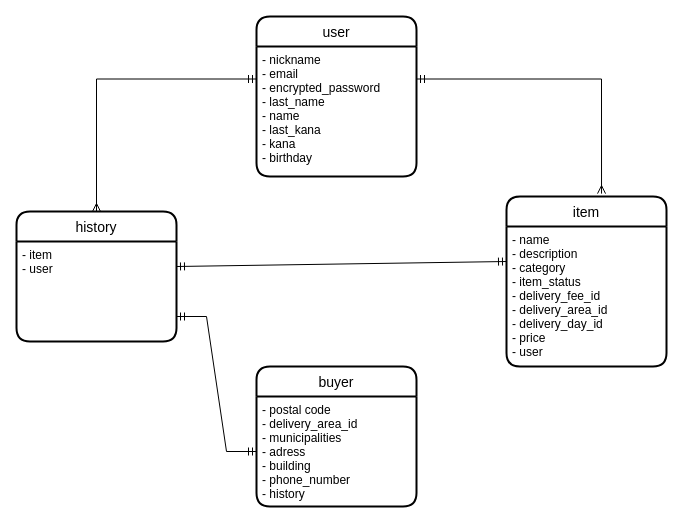
This is furima.dio from tech-kannnari/furima-34414, a draw.io file, before an edit. Source tidied: cells renumbered, new cells numbered last; positions are measured from the earlier drawing's top-left corner, leaving out a move shared by most shapes. Both pictures are drawn from the tidied source at 100%, with x=0, y=0 at pixel (16, 16).
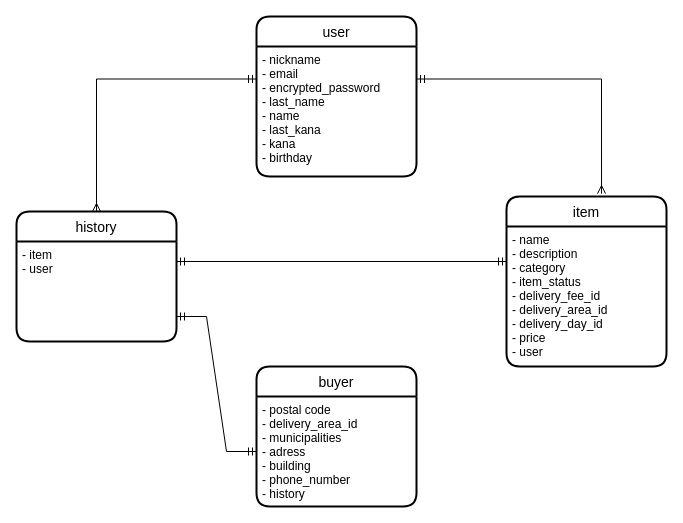
Above is the later version.

Change to the diagram source:
```diff
@@
 <mxGraphModel>
   <root>
     <mxCell id="0" />
     <mxCell id="1" parent="0" />
     <mxCell id="2" value="history" style="swimlane;horizontal=1;startSize=30;rounded=1;fontSize=14;fontStyle=0;strokeWidth=2;shadow=0;dashed=0;align=center;" parent="1" vertex="1">
       <mxGeometry y="195" width="160" height="130" as="geometry" />
     </mxCell>
     <mxCell id="3" value="- item&#10;- user" style="align=left;strokeColor=none;fillColor=none;spacingLeft=4;fontSize=12;verticalAlign=top;" parent="2" vertex="1">
       <mxGeometry y="30" width="160" height="100" as="geometry" />
     </mxCell>
     <mxCell id="4" value="user" style="swimlane;horizontal=1;startSize=30;rounded=1;fontSize=14;fontStyle=0;strokeWidth=2;shadow=0;dashed=0;align=center;" parent="1" vertex="1">
       <mxGeometry x="240" width="160" height="160" as="geometry" />
     </mxCell>
     <mxCell id="5" value="- nickname&#10;- email&#10;- encrypted_password&#10;- last_name&#10;- name&#10;- last_kana&#10;- kana&#10;- birthday" style="align=left;strokeColor=none;fillColor=none;spacingLeft=4;fontSize=12;verticalAlign=top;" parent="4" vertex="1">
       <mxGeometry y="30" width="160" height="130" as="geometry" />
     </mxCell>
     <mxCell id="6" value="item" style="swimlane;horizontal=1;startSize=30;rounded=1;fontSize=14;fontStyle=0;strokeWidth=2;shadow=0;dashed=0;align=center;" parent="1" vertex="1">
       <mxGeometry x="490" y="180" width="160" height="170" as="geometry" />
     </mxCell>
     <mxCell id="7" value="- name&#10;- description&#10;- category&#10;- item_status&#10;- delivery_fee_id&#10;- delivery_area_id&#10;- delivery_day_id&#10;- price&#10;- user" style="align=left;strokeColor=none;fillColor=none;spacingLeft=4;fontSize=12;verticalAlign=top;" parent="6" vertex="1">
       <mxGeometry y="30" width="160" height="140" as="geometry" />
     </mxCell>
     <mxCell id="8" value="buyer" style="swimlane;horizontal=1;startSize=30;rounded=1;fontSize=14;fontStyle=0;strokeWidth=2;shadow=0;dashed=0;align=center;" parent="1" vertex="1">
       <mxGeometry x="240" y="350" width="160" height="140" as="geometry" />
     </mxCell>
     <mxCell id="9" value="- postal code&#10;- delivery_area_id&#10;- municipalities&#10;- adress&#10;- building&#10;- phone_number&#10;- history" style="align=left;strokeColor=none;fillColor=none;spacingLeft=4;fontSize=12;verticalAlign=top;" parent="8" vertex="1">
       <mxGeometry y="30" width="160" height="110" as="geometry" />
     </mxCell>
     <mxCell id="10" style="edgeStyle=entityRelationEdgeStyle;rounded=0;jettySize=auto;html=1;exitX=1;exitY=0.75;exitDx=0;exitDy=0;startArrow=ERmandOne;startFill=0;endArrow=ERmandOne;endFill=0;strokeWidth=1;" parent="1" edge="1" source="3" target="9">
       <mxGeometry relative="1" as="geometry" />
     </mxCell>
     <mxCell id="11" style="edgeStyle=orthogonalEdgeStyle;rounded=0;jettySize=auto;html=1;exitX=0;exitY=0.25;exitDx=0;exitDy=0;entryX=0.5;entryY=0;entryDx=0;entryDy=0;startArrow=ERmandOne;startFill=0;endArrow=ERmany;endFill=0;" parent="1" edge="1" source="5" target="2">
       <mxGeometry relative="1" as="geometry" />
     </mxCell>
     <mxCell id="12" style="edgeStyle=orthogonalEdgeStyle;rounded=0;jettySize=auto;html=1;exitX=1;exitY=0.25;exitDx=0;exitDy=0;entryX=0.594;entryY=-0.017;entryDx=0;entryDy=0;entryPerimeter=0;startArrow=ERmandOne;startFill=0;endArrow=ERmany;endFill=0;" parent="1" edge="1" source="5" target="6">
       <mxGeometry relative="1" as="geometry" />
     </mxCell>
-    <mxCell id="13" style="edgeStyle=none;rounded=0;jettySize=auto;html=1;exitX=1;exitY=0.25;exitDx=0;exitDy=0;startArrow=ERmandOne;startFill=0;endArrow=ERmandOne;endFill=0;entryX=0;entryY=0.25;entryDx=0;entryDy=0;" parent="1" edge="1" source="3" target="7">
-      <mxGeometry relative="1" as="geometry" />
+    <mxCell id="13" style="edgeStyle=none;rounded=0;jettySize=auto;html=1;startArrow=ERmandOne;startFill=0;endArrow=ERmandOne;endFill=0;entryX=0;entryY=0.25;entryDx=0;entryDy=0;" parent="1" edge="1" target="7">
+      <mxGeometry relative="1" as="geometry">
+        <mxPoint x="160" y="245" as="sourcePoint" />
+      </mxGeometry>
     </mxCell>
   </root>
 </mxGraphModel>
```
